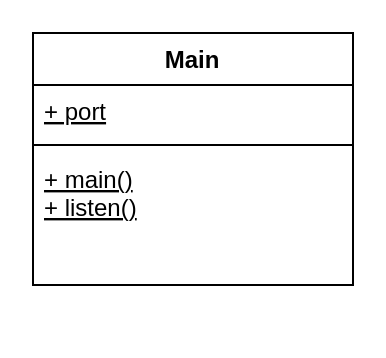
This is EntwurfsdiagrammClient.drawio from FabioKron/Online-Immobilienportal, a draw.io file, before an edit. Source tidied: cells renumbered, new cells numbered last; positions are measured from the earlier drawing's top-left corner, leaving out a move shared by most shapes. Both pictures are drawn from the tidied source at 200%, with x=0, y=0 at pixel (32, 32).
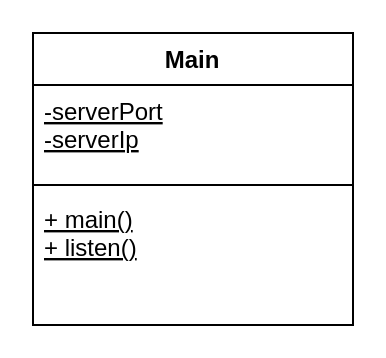
The same diagram, later.

Commit message (it also covers changes not shown here):
Verändern der Attribute der Main Klassen in den Entwurfsdiagrammen Attribute auf privat gesetzt und in den Client Klasse serverIp als Attribut hinzugefügt

Change to the diagram source:
```diff
@@
 <mxGraphModel>
   <root>
     <mxCell id="0" />
     <mxCell id="1" parent="0" />
     <mxCell id="2" value="Main" style="swimlane;fontStyle=1;align=center;verticalAlign=top;horizontal=1;startSize=26;" parent="1" vertex="1">
-      <mxGeometry width="160" height="126" as="geometry" />
+      <mxGeometry width="160" height="146" as="geometry" />
     </mxCell>
-    <mxCell id="3" value="+ port" style="text;strokeColor=none;fillColor=none;align=left;verticalAlign=top;spacingLeft=4;spacingRight=4;overflow=hidden;fontStyle=4;" parent="2" vertex="1">
-      <mxGeometry y="26" width="160" height="26" as="geometry" />
+    <mxCell id="3" value="-serverPort&#10;-serverIp" style="text;strokeColor=none;fillColor=none;align=left;verticalAlign=top;spacingLeft=4;spacingRight=4;overflow=hidden;fontStyle=4;" parent="2" vertex="1">
+      <mxGeometry y="26" width="160" height="46" as="geometry" />
     </mxCell>
     <mxCell id="4" style="line;strokeWidth=1;fillColor=none;align=left;verticalAlign=middle;spacingTop=-1;spacingLeft=3;spacingRight=3;labelPosition=right;" parent="2" vertex="1">
-      <mxGeometry y="52" width="160" height="8" as="geometry" />
+      <mxGeometry y="72" width="160" height="8" as="geometry" />
     </mxCell>
     <mxCell id="5" value="+ main()&#10;+ listen()&#10;" style="text;strokeColor=none;fillColor=none;align=left;verticalAlign=top;spacingLeft=4;spacingRight=4;overflow=hidden;fontStyle=4;" parent="2" vertex="1">
-      <mxGeometry y="60" width="160" height="66" as="geometry" />
+      <mxGeometry y="80" width="160" height="66" as="geometry" />
     </mxCell>
   </root>
 </mxGraphModel>
```
